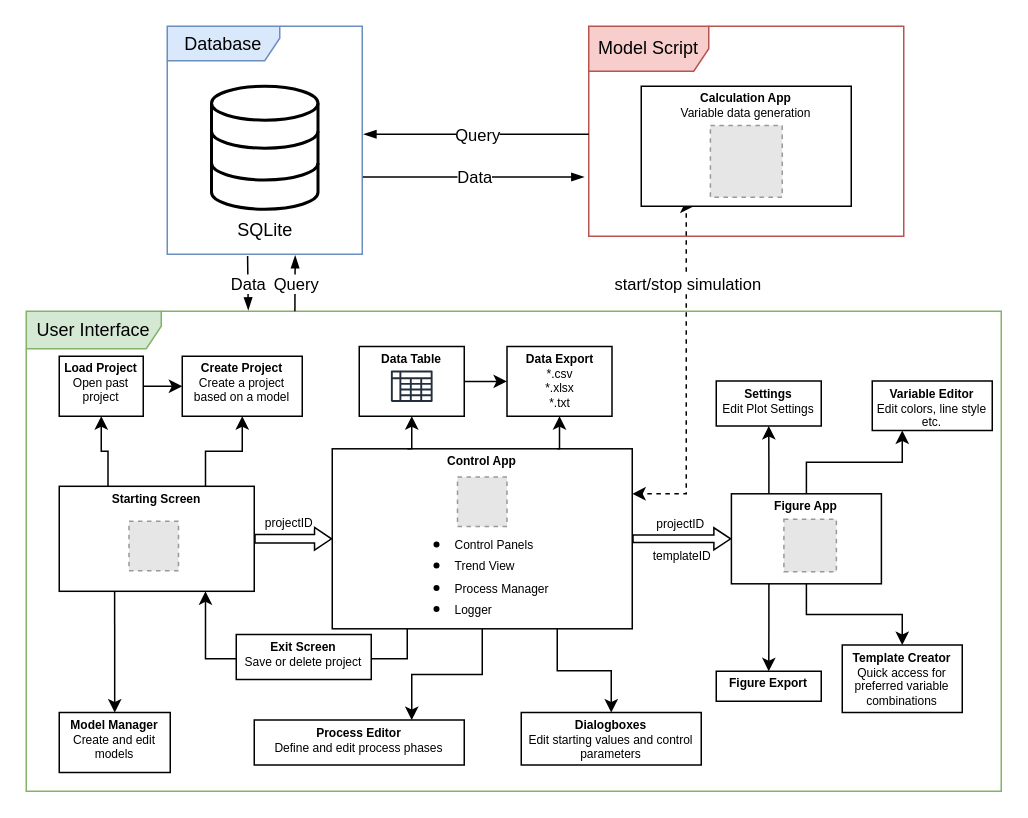
The draw.io diagram Software Structure.drawio in Yumatlab/bioprocesssimulation, before the edit. Source tidied: cells renumbered, new cells numbered last; positions are measured from the earlier drawing's top-left corner, leaving out a move shared by most shapes. Both pictures are drawn from the tidied source at 150%, with x=0, y=0 at pixel (26, 26). Pictures stored in the file or linked from it are replaced by grey dashed boxes.
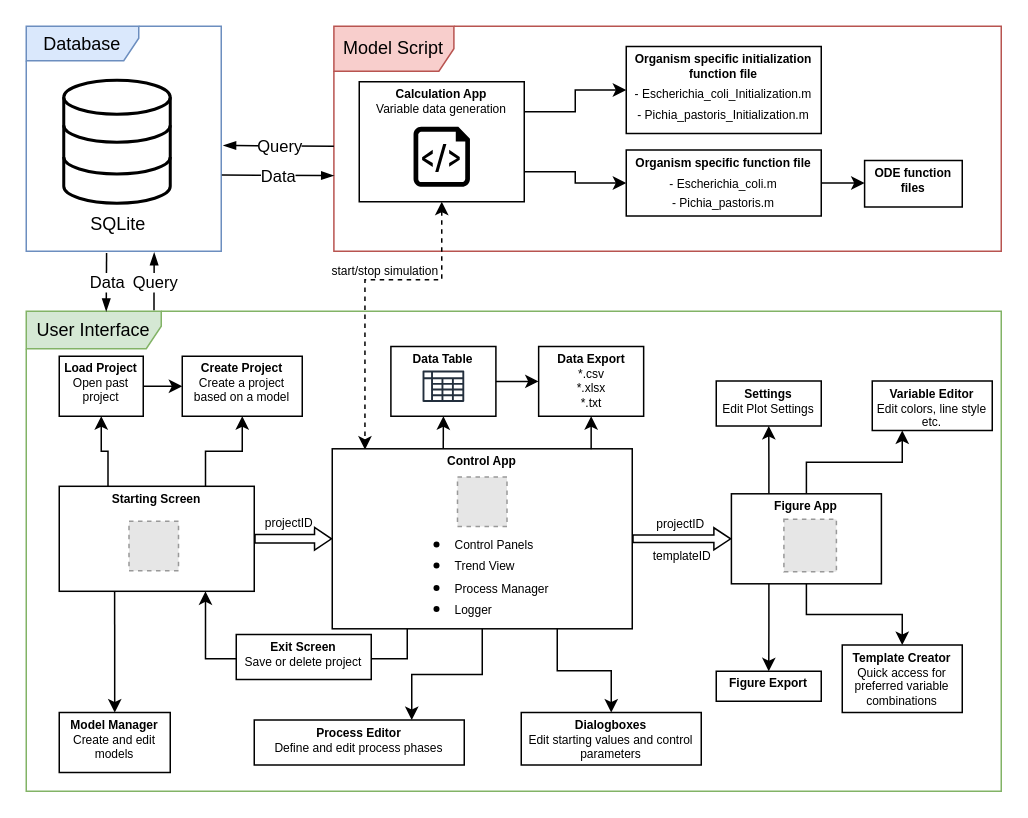
Above is the later version.

Unchanged cells that the change refers to:
```xml
<mxCell id="12" value="&lt;font style=&quot;font-size: 12px;&quot;&gt;User Interface&lt;/font&gt;" style="shape=umlFrame;whiteSpace=wrap;html=1;width=90;height=25;fontSize=8;fillColor=#d5e8d4;strokeColor=#82b366;" parent="1" vertex="1">
  <mxGeometry y="190" width="650" height="320" as="geometry" />
</mxCell>
<mxCell id="45" value="&lt;p style=&quot;margin: 4px 0px 0px; text-align: center; font-size: 8px;&quot;&gt;&lt;b style=&quot;font-size: 8px;&quot;&gt;Control App&lt;br&gt;&lt;/b&gt;&lt;/p&gt;&lt;p style=&quot;margin: 4px 0px 0px; text-align: center; font-size: 8px;&quot;&gt;&lt;br&gt;&lt;/p&gt;" style="verticalAlign=top;align=left;overflow=fill;html=1;whiteSpace=wrap;fontSize=8;" parent="44" vertex="1">
  <mxGeometry width="200" height="120" as="geometry" />
</mxCell>
```

What changed in the source:
```diff
@@
     <mxCell id="11" value="&lt;font style=&quot;font-size: 12px;&quot;&gt;Model Script&lt;/font&gt;" style="shape=umlFrame;whiteSpace=wrap;html=1;fillColor=#f8cecc;strokeColor=#b85450;width=80;height=30;fontSize=8;" parent="1" vertex="1">
-      <mxGeometry x="375" width="210" height="140" as="geometry" />
+      <mxGeometry x="205.1" width="444.9" height="150" as="geometry" />
     </mxCell>
@@
     <mxCell id="13" value="&lt;font style=&quot;font-size: 12px;&quot;&gt;SQLite&lt;/font&gt;" style="html=1;verticalLabelPosition=bottom;align=center;labelBackgroundColor=#ffffff;verticalAlign=top;strokeWidth=2;strokeColor=#000000;shadow=0;dashed=0;shape=mxgraph.ios7.icons.data;fontColor=default;fontSize=8;" parent="1" vertex="1">
-      <mxGeometry x="123.5" y="40" width="71" height="82" as="geometry" />
+      <mxGeometry x="25" y="36" width="71" height="82" as="geometry" />
     </mxCell>
@@
     <mxCell id="23" value="&lt;p style=&quot;margin: 4px 0px 0px; text-align: center; font-size: 8px;&quot;&gt;&lt;span style=&quot;font-size: 8px;&quot;&gt;&lt;b&gt;Data Table&lt;/b&gt;&lt;br&gt;&lt;br&gt;&lt;/span&gt;&lt;/p&gt;" style="verticalAlign=top;align=left;overflow=fill;html=1;whiteSpace=wrap;fontSize=8;" parent="1" vertex="1">
-      <mxGeometry x="222" y="213.5" width="70" height="46.5" as="geometry" />
+      <mxGeometry x="243.1" y="213.5" width="70" height="46.5" as="geometry" />
     </mxCell>
@@
     <mxCell id="26" value="Database" style="shape=umlFrame;whiteSpace=wrap;html=1;width=75;height=23;fillColor=#dae8fc;strokeColor=#6c8ebf;" parent="1" vertex="1">
-      <mxGeometry x="94" width="130" height="152" as="geometry" />
+      <mxGeometry width="130" height="150" as="geometry" />
     </mxCell>
@@
     <mxCell id="28" style="sketch=0;fontColor=#232F3E;gradientColor=none;fillColor=#232F3D;strokeColor=none;dashed=0;verticalLabelPosition=bottom;verticalAlign=top;align=center;html=1;fontSize=12;fontStyle=0;shape=mxgraph.aws4.data_table;" parent="1" vertex="1">
-      <mxGeometry x="243.1" y="229.5" width="27.8" height="21" as="geometry" />
+      <mxGeometry x="264.2" y="229.5" width="27.8" height="21" as="geometry" />
     </mxCell>
     <mxCell id="29" value="&lt;p style=&quot;margin: 4px 0px 0px; text-align: center; font-size: 8px;&quot;&gt;&lt;span style=&quot;font-size: 8px;&quot;&gt;&lt;b&gt;Data Export&lt;/b&gt;&lt;br&gt;*.csv&lt;br&gt;*.xlsx&lt;br&gt;*.txt&lt;/span&gt;&lt;/p&gt;" style="verticalAlign=top;align=left;overflow=fill;html=1;whiteSpace=wrap;fontSize=8;" parent="1" vertex="1">
-      <mxGeometry x="320.5" y="213.5" width="70" height="46.5" as="geometry" />
+      <mxGeometry x="341.6" y="213.5" width="70" height="46.5" as="geometry" />
     </mxCell>
-    <mxCell id="30" style="edgeStyle=orthogonalEdgeStyle;rounded=0;jettySize=auto;html=1;exitX=0.25;exitY=1;exitDx=0;exitDy=0;entryX=1;entryY=0.25;entryDx=0;entryDy=0;startArrow=classic;startFill=1;dashed=1;" parent="1" edge="1" source="32" target="45">
+    <mxCell id="30" style="edgeStyle=orthogonalEdgeStyle;rounded=0;jettySize=auto;html=1;exitX=0.5;exitY=1;exitDx=0;exitDy=0;entryX=0.109;entryY=0.005;entryDx=0;entryDy=0;startArrow=classic;startFill=1;dashed=1;entryPerimeter=0;" parent="1" edge="1" source="32" target="45">
       <mxGeometry relative="1" as="geometry">
         <Array as="points">
-          <mxPoint x="440" y="312" />
+          <mxPoint x="277" y="169" />
+          <mxPoint x="226" y="169" />
         </Array>
       </mxGeometry>
     </mxCell>
-    <mxCell id="31" value="start/stop simulation" style="edgeLabel;html=1;align=center;verticalAlign=middle;" parent="30" vertex="1">
+    <mxCell id="31" value="start/stop simulation" style="edgeLabel;html=1;align=center;verticalAlign=middle;fontSize=8;" parent="30" vertex="1">
       <mxGeometry x="-0.41" y="2" relative="1" as="geometry">
-        <mxPoint x="-2" y="-13" as="offset" />
+        <mxPoint x="-27" y="-9" as="offset" />
       </mxGeometry>
     </mxCell>
+    <mxCell id="59" style="edgeStyle=orthogonalEdgeStyle;rounded=0;jettySize=auto;html=1;exitX=1;exitY=0.25;exitDx=0;exitDy=0;entryX=0;entryY=0.5;entryDx=0;entryDy=0;" parent="1" edge="1" source="32" target="64">
+      <mxGeometry relative="1" as="geometry" />
+    </mxCell>
+    <mxCell id="60" style="edgeStyle=orthogonalEdgeStyle;rounded=0;jettySize=auto;html=1;exitX=1;exitY=0.75;exitDx=0;exitDy=0;entryX=0;entryY=0.5;entryDx=0;entryDy=0;" parent="1" edge="1" source="32" target="63">
+      <mxGeometry relative="1" as="geometry" />
+    </mxCell>
     <mxCell id="32" value="&lt;p style=&quot;margin: 4px 0px 0px; text-align: center; font-size: 8px;&quot;&gt;&lt;span style=&quot;font-size: 8px;&quot;&gt;&lt;b&gt;Calculation App&lt;/b&gt;&lt;br style=&quot;font-size: 8px;&quot;&gt;Variable data generation&lt;/span&gt;&lt;/p&gt;&lt;p style=&quot;margin: 4px 0px 0px; text-align: center; font-size: 8px;&quot;&gt;&lt;b style=&quot;font-size: 8px;&quot;&gt;&lt;br style=&quot;font-size: 8px;&quot;&gt;&lt;/b&gt;&lt;/p&gt;" style="verticalAlign=top;align=left;overflow=fill;html=1;whiteSpace=wrap;fontSize=8;" parent="1" vertex="1">
-      <mxGeometry x="410" y="40" width="140" height="80" as="geometry" />
+      <mxGeometry x="222" y="37" width="110" height="80" as="geometry" />
     </mxCell>
@@
-    <mxCell id="34" style="endArrow=blockThin;html=1;rounded=0;entryX=-0.015;entryY=0.718;entryDx=0;entryDy=0;entryPerimeter=0;endFill=1;exitX=1.003;exitY=0.661;exitDx=0;exitDy=0;exitPerimeter=0;" parent="1" edge="1" source="26" target="11">
+    <mxCell id="34" style="endArrow=blockThin;html=1;rounded=0;endFill=1;exitX=1.003;exitY=0.661;exitDx=0;exitDy=0;exitPerimeter=0;entryX=0;entryY=0.664;entryDx=0;entryDy=0;entryPerimeter=0;" parent="1" edge="1" source="26" target="11">
       <mxGeometry relative="1" as="geometry" />
     </mxCell>
@@
-    <mxCell id="36" style="endArrow=blockThin;html=1;rounded=0;endFill=1;" parent="1" edge="1">
-      <mxGeometry relative="1" as="geometry">
-        <mxPoint x="375" y="72" as="sourcePoint" />
-        <mxPoint x="225" y="72" as="targetPoint" />
-      </mxGeometry>
+    <mxCell id="36" style="endArrow=blockThin;html=1;rounded=0;endFill=1;exitX=0;exitY=0.533;exitDx=0;exitDy=0;exitPerimeter=0;entryX=1.011;entryY=0.53;entryDx=0;entryDy=0;entryPerimeter=0;" parent="1" edge="1" source="11" target="26">
+      <mxGeometry relative="1" as="geometry" />
     </mxCell>
@@
-    <mxCell id="38" style="endArrow=blockThin;html=1;rounded=0;entryX=0.163;entryY=-0.005;entryDx=0;entryDy=0;entryPerimeter=0;endFill=1;exitX=0.412;exitY=1.008;exitDx=0;exitDy=0;exitPerimeter=0;" parent="1" edge="1" source="26">
-      <mxGeometry relative="1" as="geometry">
-        <mxPoint x="148" y="189.2" as="targetPoint" />
-      </mxGeometry>
+    <mxCell id="38" style="endArrow=blockThin;html=1;rounded=0;entryX=0.082;entryY=0;entryDx=0;entryDy=0;entryPerimeter=0;endFill=1;exitX=0.412;exitY=1.008;exitDx=0;exitDy=0;exitPerimeter=0;" parent="1" edge="1" source="26" target="12">
+      <mxGeometry relative="1" as="geometry" />
     </mxCell>
@@
-    <mxCell id="40" style="endArrow=blockThin;html=1;rounded=0;endFill=1;exitX=0.233;exitY=-0.005;exitDx=0;exitDy=0;exitPerimeter=0;entryX=0.656;entryY=1.006;entryDx=0;entryDy=0;entryPerimeter=0;" parent="1" edge="1" target="26">
-      <mxGeometry relative="1" as="geometry">
-        <mxPoint x="179.1" y="190" as="sourcePoint" />
-      </mxGeometry>
+    <mxCell id="40" style="endArrow=blockThin;html=1;rounded=0;endFill=1;exitX=0.131;exitY=-0.002;exitDx=0;exitDy=0;exitPerimeter=0;entryX=0.656;entryY=1.006;entryDx=0;entryDy=0;entryPerimeter=0;" parent="1" edge="1" source="12" target="26">
+      <mxGeometry relative="1" as="geometry" />
     </mxCell>
@@
-    <mxCell id="42" style="fillColor=#E6E6E6;strokeColor=#999999;dashed=1;verticalLabelPosition=bottom;verticalAlign=top;" parent="1" vertex="1">
-      <mxGeometry x="456.1" y="66.1" width="47.9" height="47.9" as="geometry" />
-    </mxCell>
@@
-    <mxCell id="56" style="edgeStyle=orthogonalEdgeStyle;rounded=0;jettySize=auto;html=1;exitX=0.25;exitY=0;exitDx=0;exitDy=0;entryX=0.5;entryY=1;entryDx=0;entryDy=0;" parent="1" edge="1" source="45" target="23">
+    <mxCell id="56" style="edgeStyle=orthogonalEdgeStyle;rounded=0;jettySize=auto;html=1;entryX=0.5;entryY=1;entryDx=0;entryDy=0;exitX=0.37;exitY=-0.001;exitDx=0;exitDy=0;exitPerimeter=0;" parent="1" edge="1" source="45" target="23">
       <mxGeometry relative="1" as="geometry" />
     </mxCell>
-    <mxCell id="57" style="edgeStyle=orthogonalEdgeStyle;rounded=0;jettySize=auto;html=1;exitX=0.75;exitY=0;exitDx=0;exitDy=0;entryX=0.5;entryY=1;entryDx=0;entryDy=0;" parent="1" edge="1" source="45" target="29">
+    <mxCell id="57" style="edgeStyle=orthogonalEdgeStyle;rounded=0;jettySize=auto;html=1;entryX=0.5;entryY=1;entryDx=0;entryDy=0;exitX=0.863;exitY=0.002;exitDx=0;exitDy=0;exitPerimeter=0;" parent="1" edge="1" source="45" target="29">
       <mxGeometry relative="1" as="geometry" />
     </mxCell>
@@
+    <mxCell id="61" style="sketch=0;shadow=0;dashed=0;html=1;strokeColor=none;labelPosition=center;verticalLabelPosition=bottom;verticalAlign=top;align=center;fillColor=#000000;shape=mxgraph.azure.script_file;" parent="1" vertex="1">
+      <mxGeometry x="258.2" y="67" width="37.6" height="40" as="geometry" />
+    </mxCell>
+    <mxCell id="62" style="edgeStyle=orthogonalEdgeStyle;rounded=0;jettySize=auto;html=1;exitX=1;exitY=0.5;exitDx=0;exitDy=0;entryX=0;entryY=0.5;entryDx=0;entryDy=0;" parent="1" edge="1" source="63" target="65">
+      <mxGeometry relative="1" as="geometry" />
+    </mxCell>
+    <mxCell id="63" value="&lt;p style=&quot;margin: 4px 0px 0px; text-align: center; font-size: 8px;&quot;&gt;&lt;b&gt;Organism specific function file&lt;/b&gt;&lt;/p&gt;&lt;p style=&quot;margin: 4px 0px 0px; text-align: center; font-size: 8px;&quot;&gt;- Escherichia_coli.m&lt;/p&gt;&lt;p style=&quot;margin: 4px 0px 0px; text-align: center; font-size: 8px;&quot;&gt;- Pichia_pastoris.m&lt;/p&gt;" style="verticalAlign=top;align=left;overflow=fill;html=1;whiteSpace=wrap;fontSize=8;" parent="1" vertex="1">
+      <mxGeometry x="400" y="82.5" width="130" height="44" as="geometry" />
+    </mxCell>
+    <mxCell id="64" value="&lt;p style=&quot;margin: 4px 0px 0px; text-align: center; font-size: 8px;&quot;&gt;&lt;b&gt;Organism specific initialization function file&lt;/b&gt;&lt;/p&gt;&lt;p style=&quot;margin: 4px 0px 0px; text-align: center; font-size: 8px;&quot;&gt;- Escherichia_coli_Initialization.m&lt;/p&gt;&lt;p style=&quot;margin: 4px 0px 0px; text-align: center; font-size: 8px;&quot;&gt;- Pichia_pastoris_Initialization.m&lt;/p&gt;" style="verticalAlign=top;align=left;overflow=fill;html=1;whiteSpace=wrap;fontSize=8;" parent="1" vertex="1">
+      <mxGeometry x="400" y="13.5" width="130" height="58" as="geometry" />
+    </mxCell>
+    <mxCell id="65" value="&lt;p style=&quot;margin: 4px 0px 0px; text-align: center; font-size: 8px;&quot;&gt;&lt;b&gt;ODE function files&lt;/b&gt;&lt;/p&gt;&lt;p style=&quot;margin: 4px 0px 0px; text-align: center; font-size: 8px;&quot;&gt;&lt;br&gt;&lt;/p&gt;" style="verticalAlign=top;align=left;overflow=fill;html=1;whiteSpace=wrap;fontSize=8;" parent="1" vertex="1">
+      <mxGeometry x="558.9" y="89.5" width="65.1" height="31" as="geometry" />
+    </mxCell>
```
